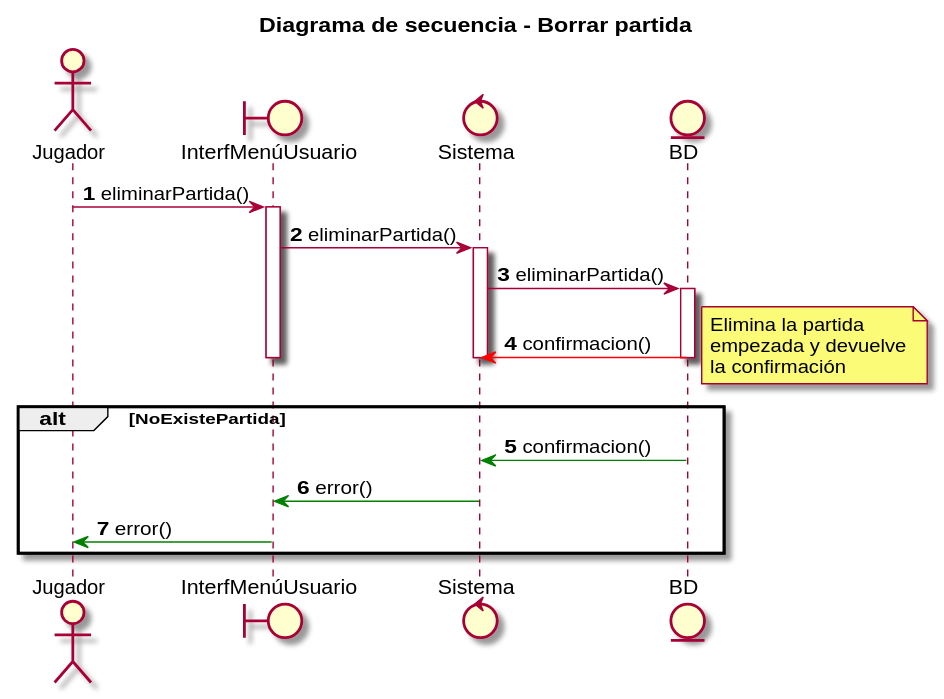
Before: UML/Diagramas de secuencia/Jugador/Eliminar partida/Eliminar partida.svg, a diagram exported from PlantUML (dmontesinos/ES-2019-G43-2-02.v1).
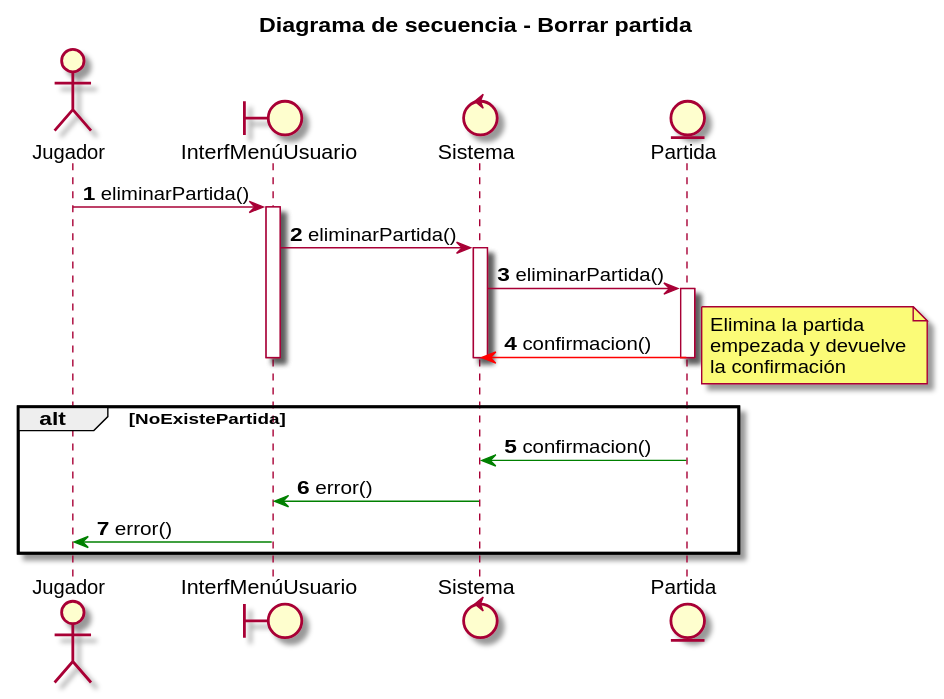
Above is the later version.

The edit, as a diff of the source:
```diff
@@ -4,15 +4,15 @@
 actor Jugador
 boundary InterfMenúUsuario
 control Sistema
-entity BD
+entity Partida
 
 Jugador -> InterfMenúUsuario : eliminarPartida()
 activate InterfMenúUsuario
 InterfMenúUsuario -> Sistema : eliminarPartida()
 activate Sistema
-Sistema -> BD : eliminarPartida()
-activate BD
-BD -[#red]> Sistema : confirmacion()
+Sistema -> Partida : eliminarPartida()
+activate Partida
+Partida -[#red]> Sistema : confirmacion()
 note right
 Elimina la partida
 empezada y devuelve
@@ -20,11 +20,11 @@
 end note
 
 
-deactivate BD
+deactivate Partida
 deactivate Sistema
 deactivate InterfMenúUsuario
 alt NoExistePartida
-BD -[#green]> Sistema : confirmacion()
+Partida -[#green]> Sistema : confirmacion()
 Sistema -[#green]> InterfMenúUsuario : error()
 InterfMenúUsuario -[#green]> Jugador : error()
 end
```
